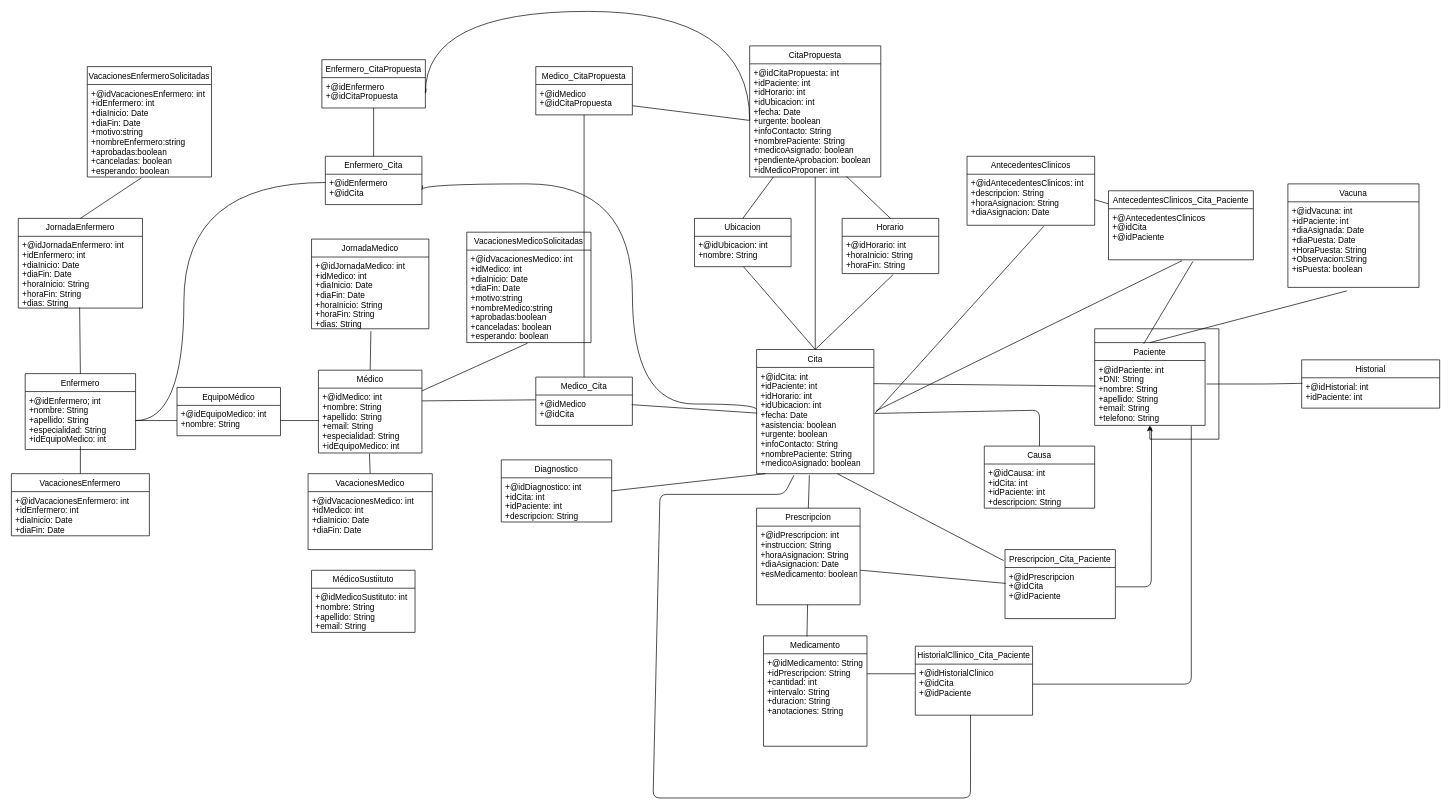
nicomencia/IPS21_L33 keeps this draw.io diagram as BBDD/diseño/DiagramaIPS.G IPS.drawio. Above is the earlier version. Source tidied: cells renumbered, new cells numbered last; positions are measured from the earlier drawing's top-left corner, leaving out a move shared by most shapes. Both pictures are drawn from the tidied source at 69%, with x=0, y=0 at pixel (11, 11).
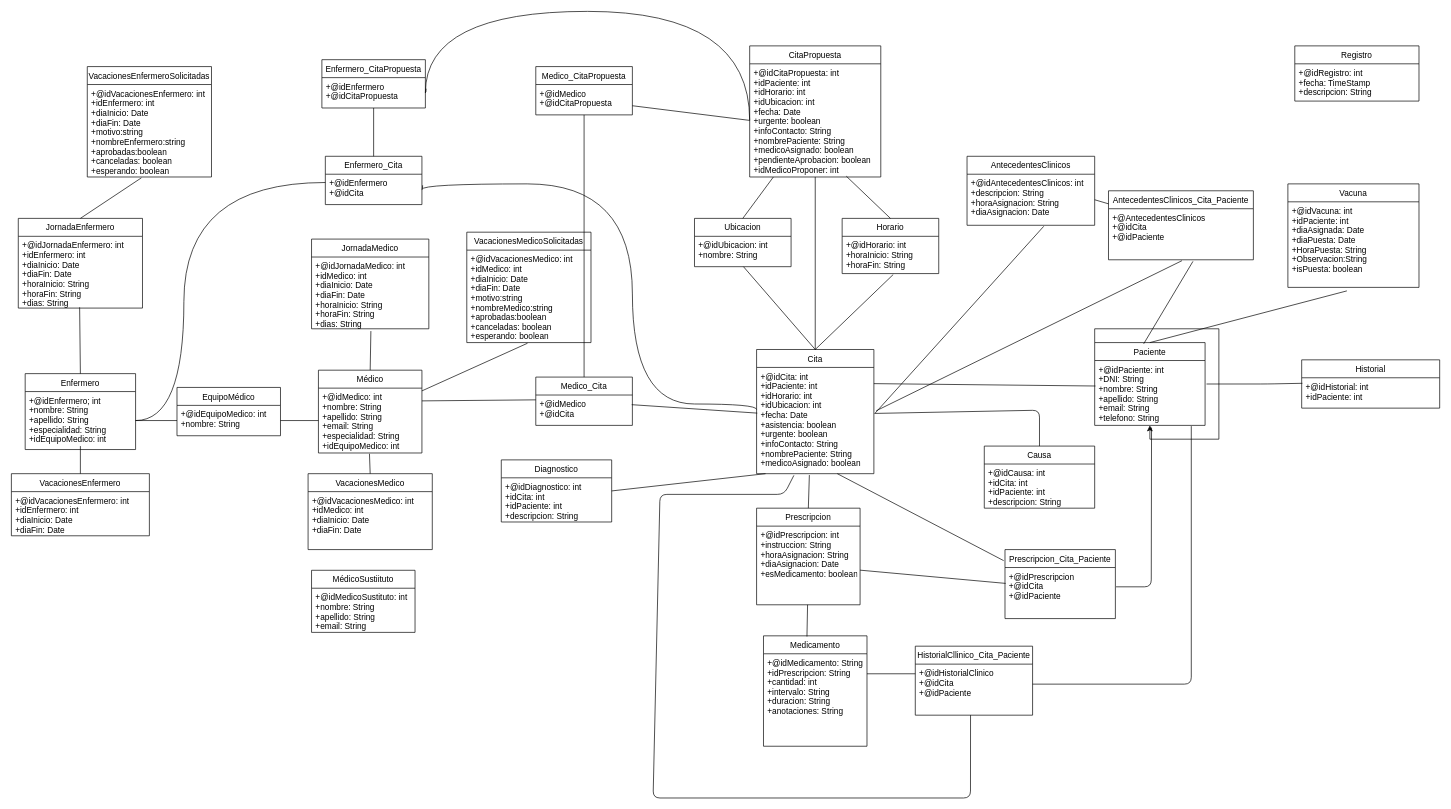
The same diagram, later.

Commit message:
Añadida tabla registro al modelo de datos

Change to the diagram source:
```diff
@@
+    <mxCell id="101" value="Registro" style="swimlane;fontStyle=0;horizontal=1;startSize=26;fillColor=none;" parent="1" vertex="1">
+      <mxGeometry x="1860" y="50" width="180" height="80" as="geometry" />
+    </mxCell>
+    <mxCell id="102" value="+@idRegistro: int&#10;+fecha: TimeStamp&#10;+descripcion: String" style="text;strokeColor=none;fillColor=none;align=left;verticalAlign=top;spacingLeft=4;spacingRight=4;overflow=hidden;" parent="101" vertex="1">
+      <mxGeometry y="26" width="180" height="54" as="geometry" />
+    </mxCell>
```
